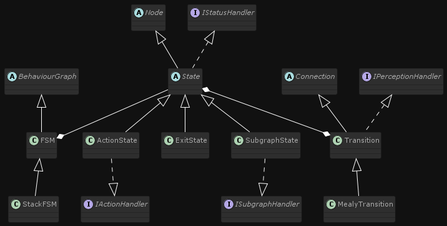
Alex-GameDev/behaviour-api keeps this PlantUML diagram as out/Documentation/uml/statemachines/statemachines.png. Above is the earlier version.
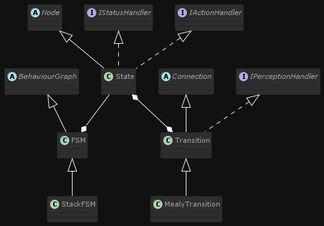
Above is the later version.

Change to the diagram source:
```diff
@@ -9,21 +9,14 @@
 Interface IStatusHandler
 Interface IPerceptionHandler
 Interface IActionHandler
-Interface ISubgraphHandler
-
-abstract class State
 
 
 BehaviourGraph <|-- FSM
 Node <|-- State
+IActionHandler <|.. State
 IStatusHandler <|.. State
 State --* FSM
-State <|-- ActionState
-State <|-- ExitState
-State <|-- SubgraphState
 State *--* Transition
-ActionState ..|> IActionHandler
-SubgraphState ..|> ISubgraphHandler
 FSM <|-- StackFSM
 Connection <|-- Transition
 Transition <|-- MealyTransition
```
